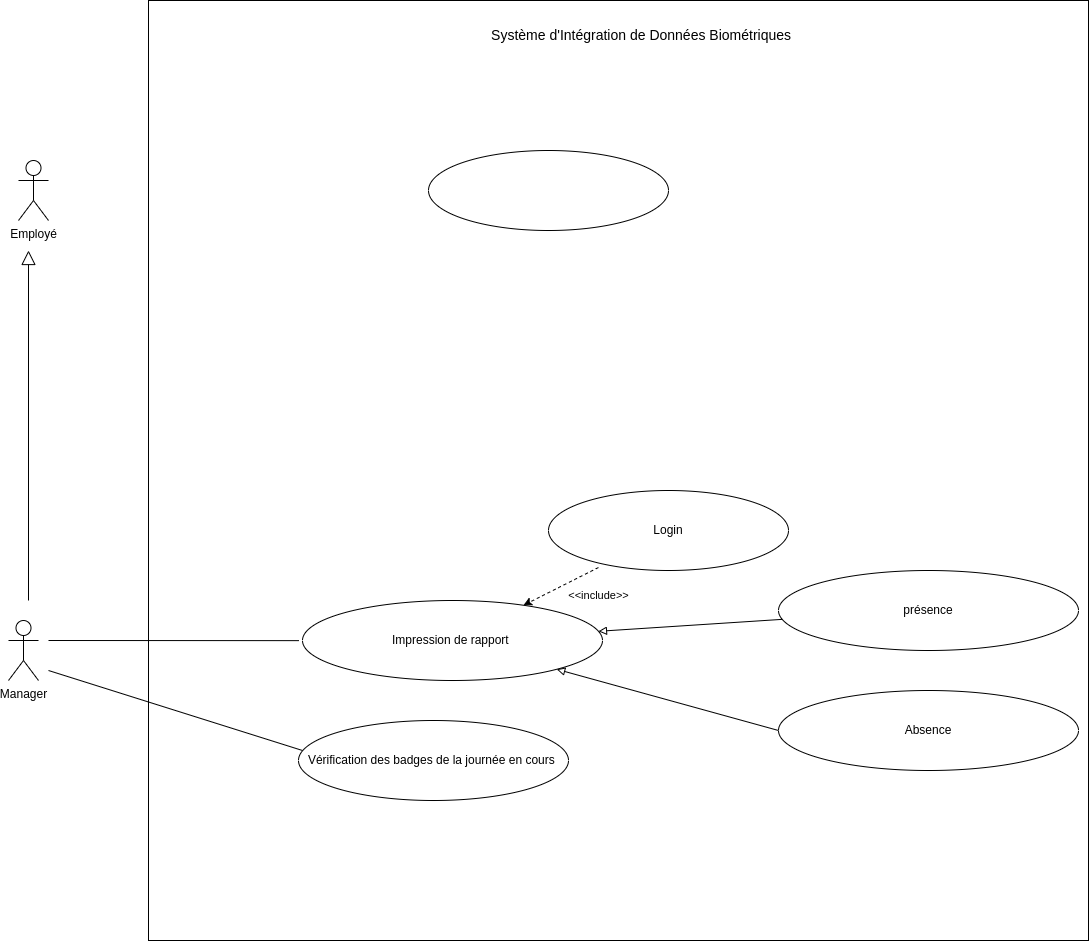
Earlier version of the draw.io export static/Diagramme de cas d'utilisation.drawio.png (Siluearsene/borne_biometrique). Source tidied: cells renumbered, new cells last; positions are measured from the earlier drawing's top-left corner, leaving out a move shared by most shapes.
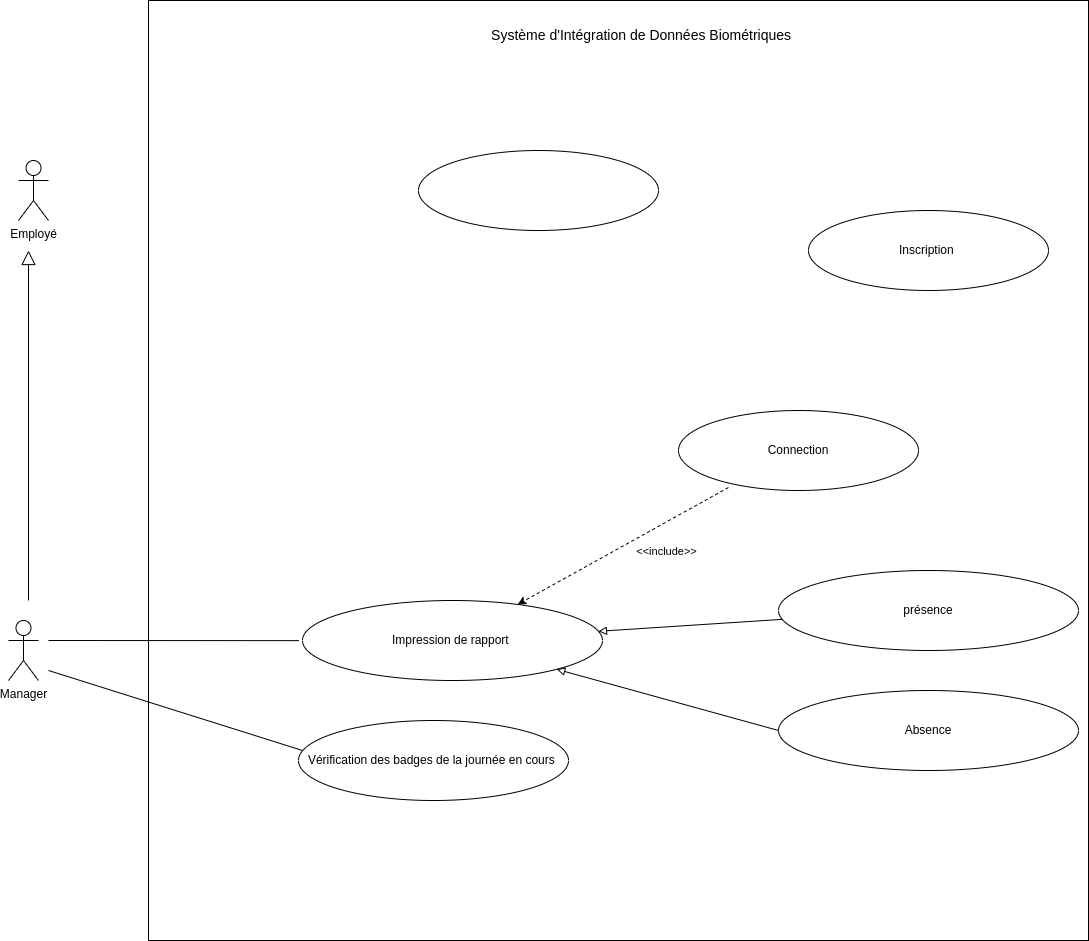
After the commit.

Commit message:
Mettre à jour Diagramme de cas d'utilisation.drawio.png

Change to the diagram source:
```diff
@@ -21,10 +21,10 @@
       <mxGeometry x="400" y="20" width="470" height="30" as="geometry" />
     </mxCell>
     <mxCell id="7" style="ellipse;whiteSpace=wrap;html=1;" parent="1" vertex="1">
-      <mxGeometry x="420" y="150" width="240" height="80" as="geometry" />
+      <mxGeometry x="410" y="150" width="240" height="80" as="geometry" />
     </mxCell>
-    <mxCell id="8" value="Login" style="ellipse;whiteSpace=wrap;html=1;" parent="1" vertex="1">
-      <mxGeometry x="540" y="490" width="240" height="80" as="geometry" />
+    <mxCell id="8" value="Connection" style="ellipse;whiteSpace=wrap;html=1;" parent="1" vertex="1">
+      <mxGeometry x="670" y="410" width="240" height="80" as="geometry" />
     </mxCell>
     <mxCell id="9" value="Vérification des badges de la journée en cours&amp;nbsp;" style="ellipse;whiteSpace=wrap;html=1;" parent="1" vertex="1">
       <mxGeometry x="290" y="720" width="270" height="80" as="geometry" />
@@ -63,5 +63,8 @@
         <mxPoint x="294" y="750" as="targetPoint" />
       </mxGeometry>
     </mxCell>
+    <mxCell id="19" value="Inscription&amp;nbsp;" style="ellipse;whiteSpace=wrap;html=1;" parent="1" vertex="1">
+      <mxGeometry x="800" y="210" width="240" height="80" as="geometry" />
+    </mxCell>
   </root>
 </mxGraphModel>
```
